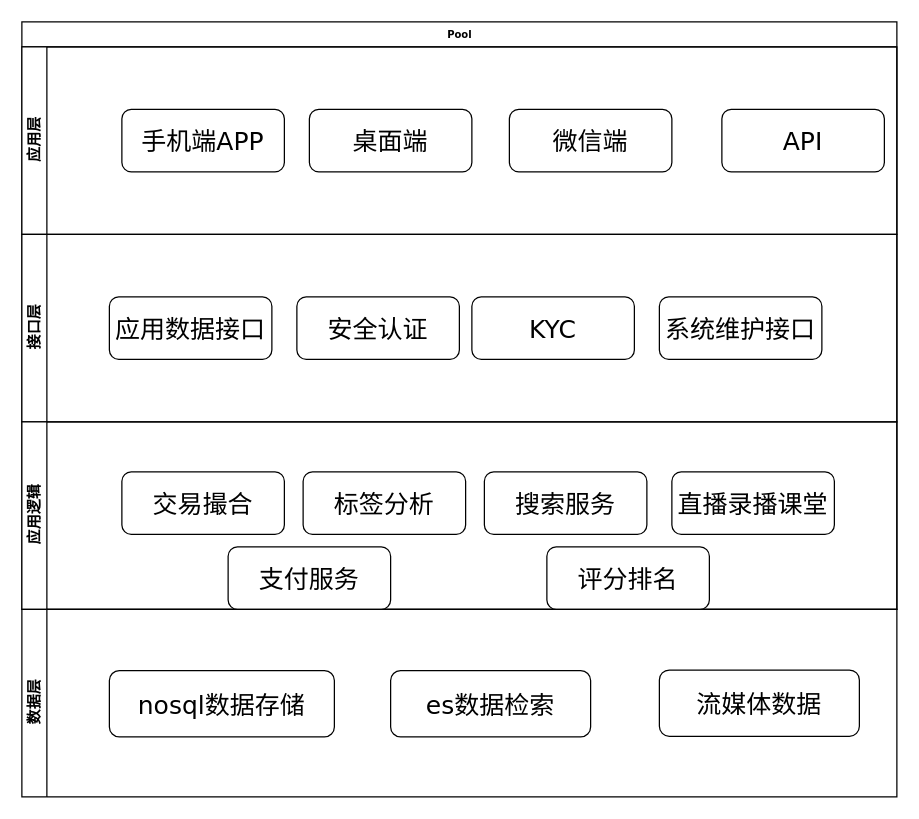
Above: 字画文化层次图2.drawio in frankyzf/drawio (draw.io), before the change. Source tidied: cells renumbered, new cells numbered last; positions are measured from the earlier drawing's top-left corner, leaving out a move shared by most shapes. Both pictures are drawn from the tidied source at 125%, with x=0, y=0 at pixel (21, 21).
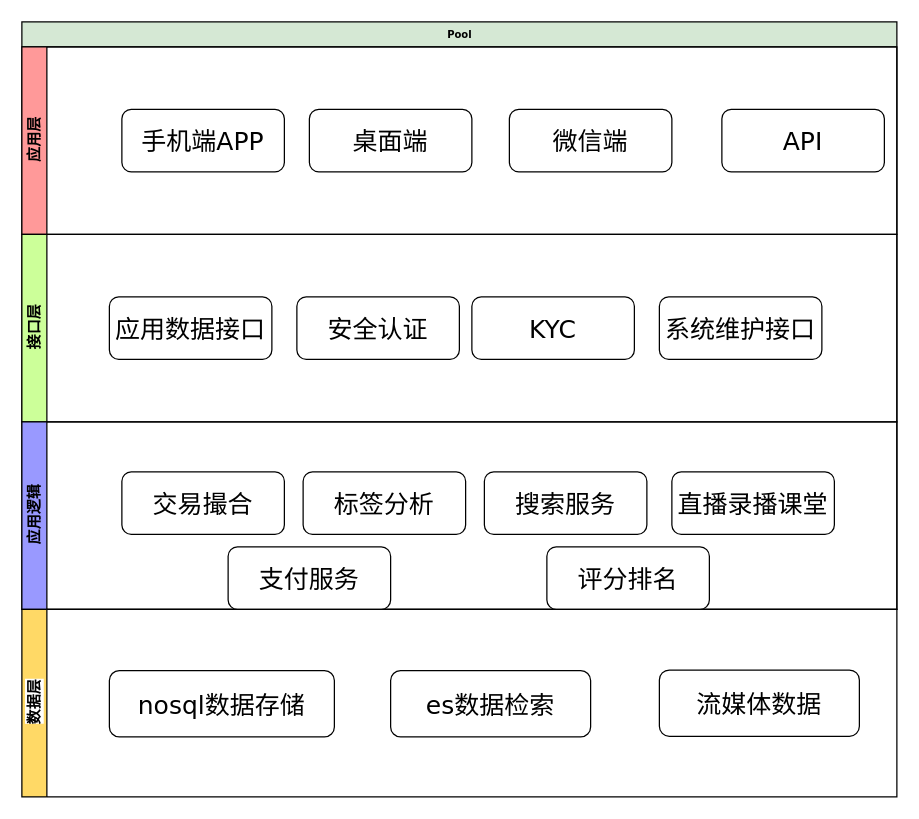
The same page after the edit.

Commit message (it also covers changes not shown here):
Update 字画文化层次图2.drawio

What changed in the source:
```diff
@@
-    <mxCell id="2" value="Pool" style="swimlane;html=1;horizontal=1;startSize=20;rounded=0;shadow=0;labelBackgroundColor=none;strokeColor=#000000;strokeWidth=1;fillColor=#ffffff;fontFamily=Verdana;fontSize=8;fontColor=#000000;align=center;" parent="1" vertex="1">
+    <mxCell id="2" value="Pool" style="swimlane;html=1;horizontal=1;startSize=20;rounded=0;shadow=0;labelBackgroundColor=none;strokeColor=#000000;strokeWidth=1;fillColor=#D5E8D4;fontFamily=Verdana;fontSize=8;fontColor=#000000;align=center;" parent="1" vertex="1">
       <mxGeometry width="700" height="470" as="geometry" />
     </mxCell>
-    <mxCell id="3" value="应用层" style="swimlane;html=1;startSize=20;horizontal=0;" parent="2" vertex="1">
+    <mxCell id="3" value="应用层" style="swimlane;html=1;startSize=20;horizontal=0;fillColor=#FF9999;" parent="2" vertex="1">
       <mxGeometry y="20" width="700" height="150" as="geometry" />
     </mxCell>
@@
-    <mxCell id="8" value="接口层&lt;br&gt;" style="swimlane;html=1;startSize=20;horizontal=0;" parent="2" vertex="1">
+    <mxCell id="8" value="接口层&lt;br&gt;" style="swimlane;html=1;startSize=20;horizontal=0;fillColor=#CCFF99;" parent="2" vertex="1">
       <mxGeometry y="170" width="700" height="150" as="geometry" />
     </mxCell>
@@
-    <mxCell id="13" value="应用逻辑" style="swimlane;html=1;startSize=20;horizontal=0;" parent="2" vertex="1">
+    <mxCell id="13" value="应用逻辑" style="swimlane;html=1;startSize=20;horizontal=0;fillColor=#9999FF;" parent="2" vertex="1">
       <mxGeometry y="320" width="700" height="150" as="geometry" />
     </mxCell>
@@
-    <mxCell id="20" value="数据层" style="swimlane;html=1;startSize=20;horizontal=0;" parent="1" vertex="1">
+    <mxCell id="20" value="数据层" style="swimlane;html=1;startSize=20;horizontal=0;labelBackgroundColor=#ffffff;fillColor=#FFD966;" parent="1" vertex="1">
       <mxGeometry y="470" width="700" height="150" as="geometry" />
     </mxCell>
```
